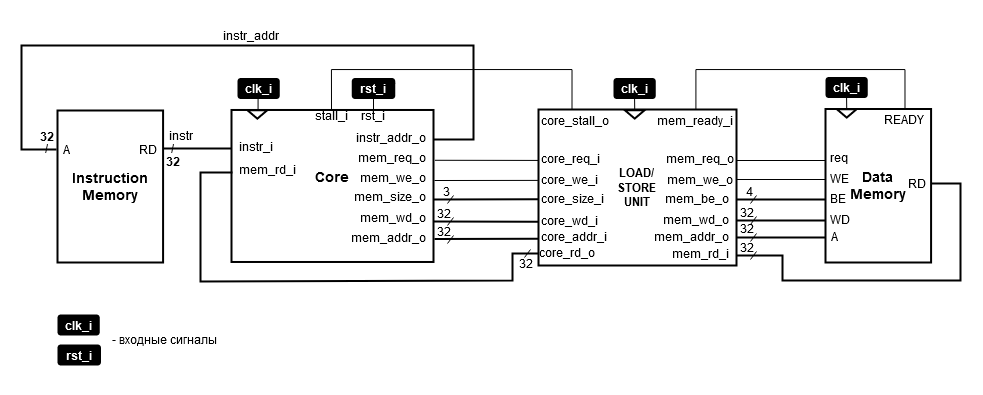
This is .pic/Labs/lab_08_lsu/fig_01.drawio.png from MPSU/APS, a draw.io export, as it was before one commit. Source tidied: cells renumbered, new cells last; positions are measured from the earlier drawing's top-left corner, leaving out a move shared by most shapes.
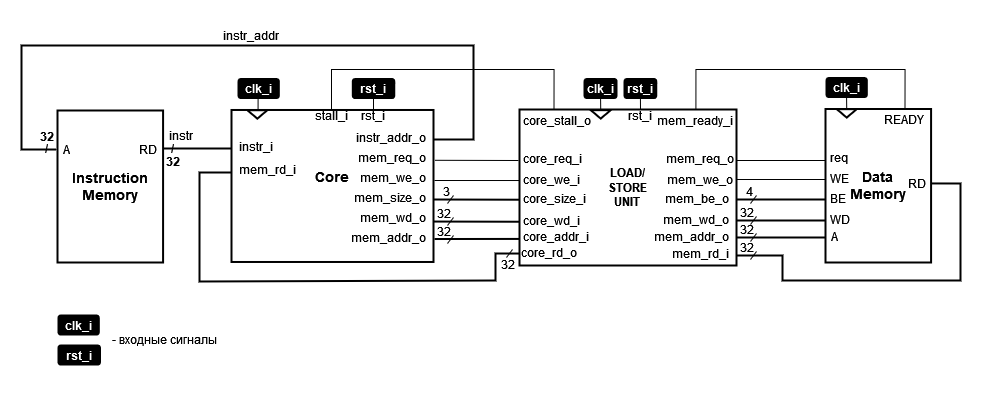
Above is the later version.

Commit message:
ЛР8. Добавление сигнала сброса на вход LSU

The edit, as a diff of the source:
```diff
@@ -3,7 +3,7 @@
     <mxCell id="0" />
     <mxCell id="1" parent="0" />
     <mxCell id="2" value="LOAD/&lt;br&gt;STORE&lt;br&gt;UNIT" style="rounded=0;whiteSpace=wrap;html=1;strokeWidth=2;fontStyle=1;" parent="1" vertex="1">
-      <mxGeometry x="517" y="89" width="198" height="156" as="geometry" />
+      <mxGeometry x="498" y="89" width="217" height="156" as="geometry" />
     </mxCell>
     <mxCell id="3" value="&lt;b style=&quot;font-size: 14px;&quot;&gt;Core&lt;br style=&quot;font-size: 14px;&quot;&gt;&lt;br style=&quot;font-size: 14px;&quot;&gt;&lt;/b&gt;" style="rounded=0;whiteSpace=wrap;html=1;fontSize=14;comic=0;strokeColor=#000000;fontColor=#000000;jiggle=0.5;strokeWidth=2;" parent="1" vertex="1">
       <mxGeometry x="210" y="89.5" width="202" height="152" as="geometry" />
@@ -89,10 +89,9 @@
     <mxCell id="27" value="instr_addr_o" style="text;html=1;strokeColor=none;fillColor=none;align=right;verticalAlign=middle;whiteSpace=wrap;rounded=0;fontSize=12;comic=0;" parent="1" vertex="1">
       <mxGeometry x="332" y="106.5" width="75" height="20" as="geometry" />
     </mxCell>
-    <mxCell id="28" style="endArrow=none;html=1;rounded=0;strokeWidth=2;fontColor=#B3B3B3;strokeColor=#000000;entryX=-0.001;entryY=0.588;entryDx=0;entryDy=0;entryPerimeter=0;" parent="1" edge="1">
+    <mxCell id="28" style="endArrow=none;html=1;rounded=0;strokeWidth=2;fontColor=#B3B3B3;strokeColor=#000000;entryX=-0.03;entryY=0.586;entryDx=0;entryDy=0;entryPerimeter=0;" parent="1" edge="1" target="53">
       <mxGeometry relative="1" as="geometry">
         <mxPoint x="412" y="179" as="sourcePoint" />
-        <mxPoint x="516.8" y="178.7" as="targetPoint" />
       </mxGeometry>
     </mxCell>
     <mxCell id="29" style="endArrow=none;html=1;rounded=0;strokeColor=#000000;" parent="1" edge="1">
@@ -118,32 +117,30 @@
         </Array>
       </mxGeometry>
     </mxCell>
-    <mxCell id="33" style="endArrow=none;html=1;rounded=0;strokeWidth=2;exitX=0;exitY=0.406;exitDx=0;exitDy=0;exitPerimeter=0;entryX=-0.001;entryY=0.55;entryDx=0;entryDy=0;entryPerimeter=0;" parent="1" edge="1" target="58">
+    <mxCell id="33" style="endArrow=none;html=1;rounded=0;strokeWidth=2;exitX=0;exitY=0.406;exitDx=0;exitDy=0;exitPerimeter=0;entryX=-0.016;entryY=0.552;entryDx=0;entryDy=0;entryPerimeter=0;" parent="1" edge="1" target="58">
       <mxGeometry relative="1" as="geometry">
-        <mxPoint x="211" y="152" as="sourcePoint" />
+        <mxPoint x="210" y="152" as="sourcePoint" />
         <Array as="points">
-          <mxPoint x="179" y="152" />
-          <mxPoint x="179" y="261" />
-          <mxPoint x="491" y="260" />
-          <mxPoint x="491" y="233" />
+          <mxPoint x="178" y="152" />
+          <mxPoint x="178" y="261" />
+          <mxPoint x="474" y="260" />
+          <mxPoint x="474" y="233" />
         </Array>
       </mxGeometry>
     </mxCell>
-    <mxCell id="34" style="endArrow=none;html=1;rounded=0;strokeColor=#000000;entryX=-0.003;entryY=0.465;entryDx=0;entryDy=0;entryPerimeter=0;" parent="1" edge="1">
+    <mxCell id="34" style="endArrow=none;html=1;rounded=0;strokeColor=#000000;entryX=-0.038;entryY=0.576;entryDx=0;entryDy=0;entryPerimeter=0;" parent="1" edge="1" target="52">
       <mxGeometry relative="1" as="geometry">
         <mxPoint x="413" y="160" as="sourcePoint" />
-        <mxPoint x="516.4" y="159.9" as="targetPoint" />
       </mxGeometry>
     </mxCell>
-    <mxCell id="35" style="endArrow=none;html=1;rounded=0;strokeColor=#000000;startArrow=none;startFill=0;exitX=1.007;exitY=0.331;exitDx=0;exitDy=0;exitPerimeter=0;entryX=0;entryY=0.334;entryDx=0;entryDy=0;entryPerimeter=0;" parent="1" edge="1" source="3">
+    <mxCell id="35" style="endArrow=none;html=1;rounded=0;strokeColor=#000000;startArrow=none;startFill=0;exitX=1.007;exitY=0.331;exitDx=0;exitDy=0;exitPerimeter=0;" parent="1" edge="1" source="3">
       <mxGeometry relative="1" as="geometry">
-        <mxPoint x="517" y="139.9" as="targetPoint" />
+        <mxPoint x="497" y="140" as="targetPoint" />
       </mxGeometry>
     </mxCell>
-    <mxCell id="36" style="endArrow=none;html=1;rounded=0;entryX=-0.001;entryY=0.847;entryDx=0;entryDy=0;entryPerimeter=0;strokeWidth=2;" parent="1" edge="1">
+    <mxCell id="36" style="endArrow=none;html=1;rounded=0;entryX=-0.032;entryY=0.646;entryDx=0;entryDy=0;entryPerimeter=0;strokeWidth=2;" parent="1" edge="1" target="55">
       <mxGeometry relative="1" as="geometry">
         <mxPoint x="413" y="218.5" as="sourcePoint" />
-        <mxPoint x="516.8" y="218.2" as="targetPoint" />
       </mxGeometry>
     </mxCell>
     <mxCell id="37" style="endArrow=none;html=1;rounded=0;" parent="1" edge="1">
@@ -164,10 +161,8 @@
     <mxCell id="40" value="32" style="text;html=1;strokeColor=none;fillColor=none;align=right;verticalAlign=middle;whiteSpace=wrap;rounded=0;" parent="1" vertex="1">
       <mxGeometry x="419" y="185" width="13" height="15" as="geometry" />
     </mxCell>
-    <mxCell id="41" style="endArrow=none;html=1;rounded=0;strokeWidth=2;entryX=-0.001;entryY=0.736;entryDx=0;entryDy=0;entryPerimeter=0;exitX=1.001;exitY=0.734;exitDx=0;exitDy=0;exitPerimeter=0;" parent="1" edge="1" source="3">
-      <mxGeometry relative="1" as="geometry">
-        <mxPoint x="516.8" y="201.2" as="targetPoint" />
-      </mxGeometry>
+    <mxCell id="41" style="endArrow=none;html=1;rounded=0;strokeWidth=2;entryX=-0.028;entryY=0.587;entryDx=0;entryDy=0;entryPerimeter=0;exitX=1.001;exitY=0.734;exitDx=0;exitDy=0;exitPerimeter=0;" parent="1" edge="1" source="3" target="54">
+      <mxGeometry relative="1" as="geometry" />
     </mxCell>
     <mxCell id="42" value="&lt;b style=&quot;font-size: 14px;&quot;&gt;Data&lt;br style=&quot;font-size: 14px;&quot;&gt;Memory&lt;br style=&quot;font-size: 14px;&quot;&gt;&lt;/b&gt;" style="rounded=0;whiteSpace=wrap;html=1;fontSize=14;comic=0;strokeColor=#000000;fontColor=#000000;jiggle=0.5;strokeWidth=2;" parent="1" vertex="1">
       <mxGeometry x="804" y="88.5" width="105.6" height="153.5" as="geometry" />
@@ -202,33 +197,33 @@
       <mxGeometry x="804" y="184" width="30.1" height="30" as="geometry" />
     </mxCell>
     <mxCell id="51" value="core_req_i" style="text;html=1;strokeColor=none;fillColor=none;align=left;verticalAlign=middle;whiteSpace=wrap;rounded=0;fontSize=12;comic=0;" parent="1" vertex="1">
-      <mxGeometry x="518" y="127.5" width="65" height="20" as="geometry" />
+      <mxGeometry x="500" y="127.5" width="65" height="20" as="geometry" />
     </mxCell>
     <mxCell id="52" value="core_we_i" style="text;html=1;strokeColor=none;fillColor=none;align=left;verticalAlign=middle;whiteSpace=wrap;rounded=0;fontSize=12;comic=0;" parent="1" vertex="1">
-      <mxGeometry x="518" y="148.5" width="65" height="20" as="geometry" />
+      <mxGeometry x="500" y="148.5" width="65" height="20" as="geometry" />
     </mxCell>
     <mxCell id="53" value="core_size_i" style="text;html=1;strokeColor=none;fillColor=none;align=left;verticalAlign=middle;whiteSpace=wrap;rounded=0;fontSize=12;comic=0;" parent="1" vertex="1">
-      <mxGeometry x="518" y="167.5" width="65" height="20" as="geometry" />
+      <mxGeometry x="500" y="167.5" width="65" height="20" as="geometry" />
     </mxCell>
     <mxCell id="54" value="core_wd_i" style="text;html=1;strokeColor=none;fillColor=none;align=left;verticalAlign=middle;whiteSpace=wrap;rounded=0;fontSize=12;comic=0;" parent="1" vertex="1">
-      <mxGeometry x="518" y="189.5" width="65" height="20" as="geometry" />
+      <mxGeometry x="500" y="189.5" width="65" height="20" as="geometry" />
     </mxCell>
     <mxCell id="55" value="core_addr_i" style="text;html=1;strokeColor=none;fillColor=none;align=left;verticalAlign=middle;whiteSpace=wrap;rounded=0;fontSize=12;comic=0;" parent="1" vertex="1">
-      <mxGeometry x="518" y="205.5" width="65" height="20" as="geometry" />
+      <mxGeometry x="500" y="205.5" width="65" height="20" as="geometry" />
     </mxCell>
     <mxCell id="56" style="edgeStyle=orthogonalEdgeStyle;rounded=0;jettySize=auto;html=1;exitX=0.5;exitY=0;exitDx=0;exitDy=0;entryX=0.5;entryY=0;entryDx=0;entryDy=0;endArrow=none;endFill=0;" parent="1" edge="1" source="57" target="31">
       <mxGeometry relative="1" as="geometry">
         <Array as="points">
-          <mxPoint x="551" y="49" />
+          <mxPoint x="532" y="49" />
           <mxPoint x="310" y="49" />
         </Array>
       </mxGeometry>
     </mxCell>
     <mxCell id="57" value="core_stall_o" style="text;html=1;strokeColor=none;fillColor=none;align=left;verticalAlign=middle;whiteSpace=wrap;rounded=0;fontSize=12;comic=0;" parent="1" vertex="1">
-      <mxGeometry x="518" y="89.5" width="65" height="20" as="geometry" />
+      <mxGeometry x="500" y="89.5" width="65" height="20" as="geometry" />
     </mxCell>
     <mxCell id="58" value="core_rd_o" style="text;html=1;strokeColor=none;fillColor=none;align=right;verticalAlign=middle;whiteSpace=wrap;rounded=0;fontSize=12;comic=0;" parent="1" vertex="1">
-      <mxGeometry x="517" y="222" width="59" height="20" as="geometry" />
+      <mxGeometry x="499" y="222" width="59" height="20" as="geometry" />
     </mxCell>
     <mxCell id="59" value="BE" style="text;html=1;strokeColor=none;fillColor=none;align=left;verticalAlign=middle;whiteSpace=wrap;rounded=0;fontSize=12;comic=0;" parent="1" vertex="1">
       <mxGeometry x="807" y="167" width="18" height="22.2" as="geometry" />
@@ -237,12 +232,12 @@
       <mxGeometry x="645" y="189" width="65" height="20" as="geometry" />
     </mxCell>
     <mxCell id="61" value="32" style="text;html=1;strokeColor=none;fillColor=none;align=right;verticalAlign=middle;whiteSpace=wrap;rounded=0;" parent="1" vertex="1">
-      <mxGeometry x="501" y="236" width="13" height="15" as="geometry" />
+      <mxGeometry x="483" y="236" width="13" height="15" as="geometry" />
     </mxCell>
     <mxCell id="62" style="endArrow=none;html=1;rounded=0;" parent="1" edge="1">
       <mxGeometry relative="1" as="geometry">
-        <mxPoint x="503" y="237" as="sourcePoint" />
-        <mxPoint x="509" y="229" as="targetPoint" />
+        <mxPoint x="485" y="237" as="sourcePoint" />
+        <mxPoint x="491" y="229" as="targetPoint" />
       </mxGeometry>
     </mxCell>
     <mxCell id="63" value="mem_be_o" style="text;html=1;strokeColor=none;fillColor=none;align=right;verticalAlign=middle;whiteSpace=wrap;rounded=0;fontSize=12;comic=0;" parent="1" vertex="1">
@@ -258,18 +253,18 @@
       <mxGeometry x="634" y="89.5" width="65" height="20" as="geometry" />
     </mxCell>
     <mxCell id="67" style="triangle;whiteSpace=wrap;html=1;rotation=90;comic=0;strokeColor=#000000;jiggle=0.5;strokeWidth=2;fontSize=12;" parent="1" vertex="1">
-      <mxGeometry x="609" y="83.9" width="8.4" height="19.9" as="geometry" />
+      <mxGeometry x="575" y="83.9" width="8.4" height="19.9" as="geometry" />
     </mxCell>
     <mxCell id="68" style="edgeStyle=orthogonalEdgeStyle;rounded=0;jettySize=auto;html=1;entryX=0;entryY=0.5;entryDx=0;entryDy=0;endArrow=none;endFill=0;strokeWidth=1;fontSize=12;comic=0;" parent="1" edge="1" target="67">
       <mxGeometry relative="1" as="geometry">
-        <mxPoint x="613" y="71.5" as="sourcePoint" />
+        <mxPoint x="579" y="71.5" as="sourcePoint" />
         <Array as="points">
-          <mxPoint x="613" y="71.5" />
+          <mxPoint x="579" y="71.5" />
         </Array>
       </mxGeometry>
     </mxCell>
     <mxCell id="69" value="&lt;font style=&quot;font-size: 12px;&quot;&gt;&lt;b style=&quot;font-size: 12px;&quot;&gt;clk_i&lt;/b&gt;&lt;/font&gt;" style="text;html=1;strokeColor=none;fillColor=#000000;align=center;verticalAlign=middle;whiteSpace=wrap;rounded=1;fontSize=12;fontColor=#FFFFFF;comic=0;jiggle=0.5;strokeWidth=2;" parent="1" vertex="1">
-      <mxGeometry x="592" y="57.5" width="42.3" height="21" as="geometry" />
+      <mxGeometry x="562" y="57.5" width="34" height="21" as="geometry" />
     </mxCell>
     <mxCell id="70" value="mem_addr_o" style="text;html=1;strokeColor=none;fillColor=none;align=right;verticalAlign=middle;whiteSpace=wrap;rounded=0;fontSize=12;comic=0;" parent="1" vertex="1">
       <mxGeometry x="645" y="205.5" width="65" height="20" as="geometry" />
@@ -374,5 +369,21 @@
     <mxCell id="89" value="32" style="text;html=1;strokeColor=none;fillColor=none;align=right;verticalAlign=middle;whiteSpace=wrap;rounded=0;" parent="1" vertex="1">
       <mxGeometry x="722" y="219" width="13" height="15" as="geometry" />
     </mxCell>
+    <mxCell id="90" value="&lt;font style=&quot;font-size: 12px;&quot;&gt;rst_i&lt;/font&gt;" style="text;html=1;strokeColor=none;fillColor=none;align=center;verticalAlign=middle;whiteSpace=wrap;rounded=0;fontSize=12;comic=0;" parent="1" vertex="1">
+      <mxGeometry x="610" y="89" width="18" height="12" as="geometry" />
+    </mxCell>
+    <mxCell id="91" style="endArrow=none;html=1;rounded=0;strokeWidth=1;exitX=1;exitY=0.25;exitDx=0;exitDy=0;fontSize=12;comic=0;" parent="1" edge="1" source="93">
+      <mxGeometry relative="1" as="geometry">
+        <mxPoint x="619" y="64.5" as="targetPoint" />
+      </mxGeometry>
+    </mxCell>
+    <mxCell id="92" style="endArrow=none;html=1;rounded=0;strokeWidth=1;exitX=1;exitY=0.25;exitDx=0;exitDy=0;fontSize=12;comic=0;" parent="1" edge="1" target="93">
+      <mxGeometry relative="1" as="geometry">
+        <mxPoint x="619" y="89.5" as="sourcePoint" />
+      </mxGeometry>
+    </mxCell>
+    <mxCell id="93" value="&lt;p style=&quot;line-height: 130%; font-size: 12px;&quot;&gt;&lt;font style=&quot;font-size: 12px;&quot;&gt;&lt;b style=&quot;font-size: 12px;&quot;&gt;rst_i&lt;/b&gt;&lt;/font&gt;&lt;/p&gt;" style="text;html=1;strokeColor=none;fillColor=#000000;align=center;verticalAlign=middle;whiteSpace=wrap;rounded=1;fontSize=12;fontColor=#FFFFFF;comic=0;jiggle=0.5;" parent="1" vertex="1">
+      <mxGeometry x="602" y="57.5" width="33.7" height="21" as="geometry" />
+    </mxCell>
   </root>
 </mxGraphModel>
```
